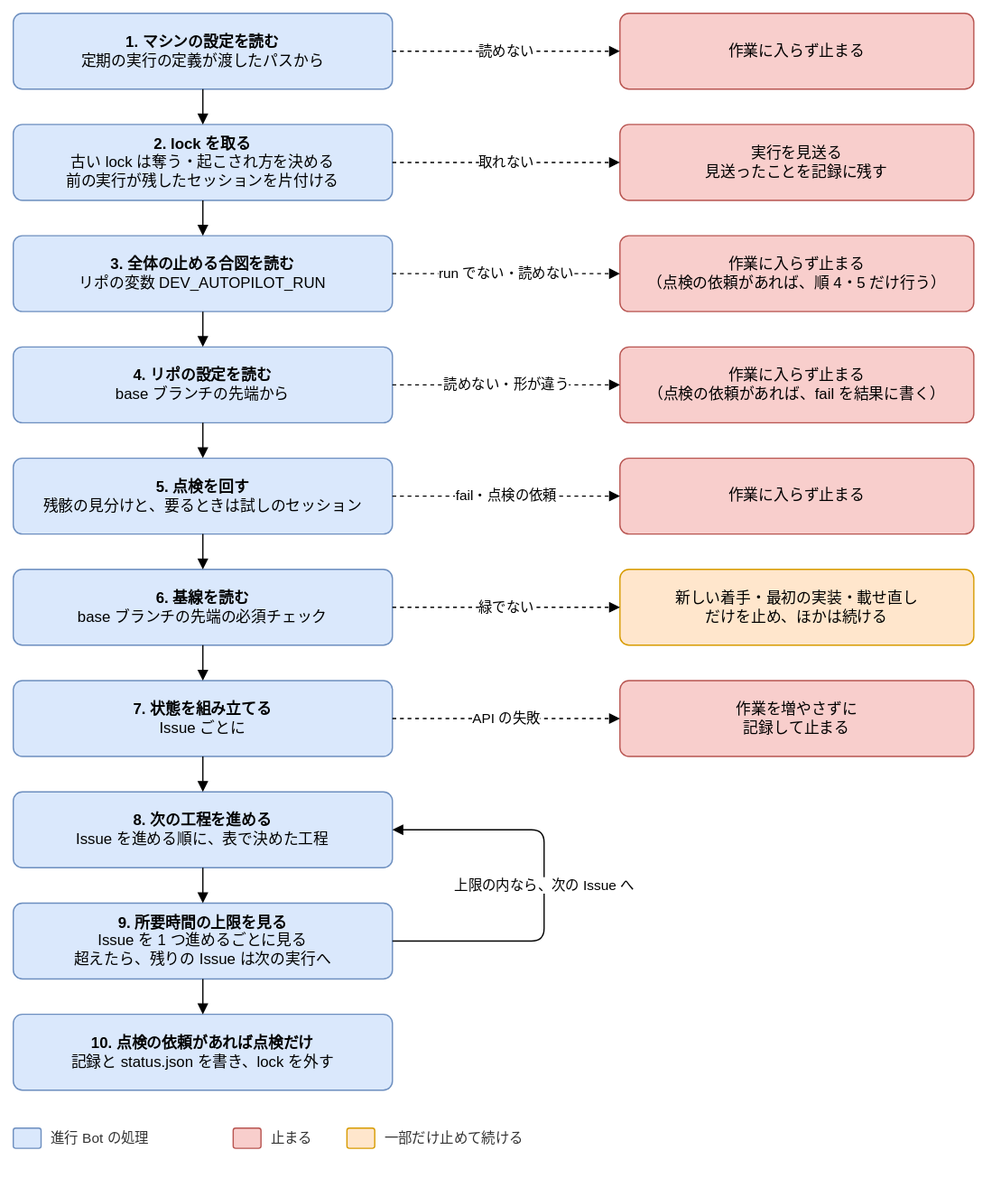
Above: docs/design/basic/diagrams/02-run-flow.drawio.svg in Joymerrevent/dev-autopilot (draw.io), before the change. Source tidied: cells renumbered, new cells last; positions are measured from the earlier drawing's top-left corner, leaving out a move shared by most shapes.
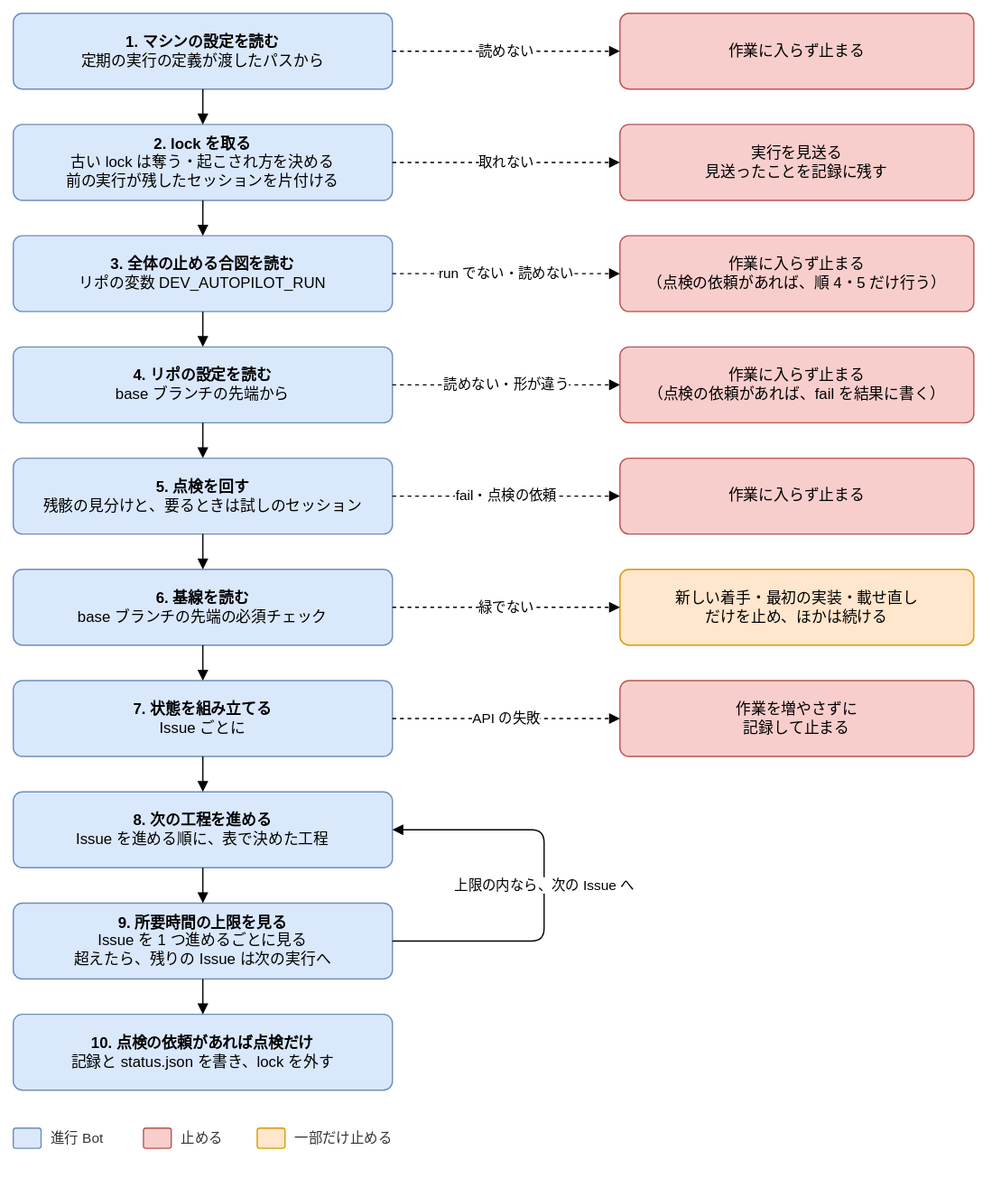
The same file after the commit.

What changed in the source:
```diff
@@ -101,31 +101,31 @@
     <mxCell id="34" style="edgeStyle=orthogonalEdgeStyle;rounded=1;html=1;endArrow=block;endFill=1;fontSize=11;labelBackgroundColor=#ffffff;exitX=0.5;exitY=1;exitDx=0;exitDy=0;entryX=0.5;entryY=0;entryDx=0;entryDy=0;" parent="1" edge="1" source="31" target="33">
       <mxGeometry relative="1" as="geometry" />
     </mxCell>
+    <mxCell id="41" value="上限の内なら、次の Issue へ" style="edgeStyle=orthogonalEdgeStyle;rounded=1;html=1;endArrow=block;endFill=1;fontSize=11;labelBackgroundColor=#ffffff;exitX=1;exitY=0.5;exitDx=0;exitDy=0;entryX=1;entryY=0.5;entryDx=0;entryDy=0;" parent="1" edge="1" source="31" target="29">
+      <mxGeometry relative="1" as="geometry">
+        <Array as="points">
+          <mxPoint x="420" y="734" />
+          <mxPoint x="420" y="646" />
+        </Array>
+      </mxGeometry>
+    </mxCell>
     <mxCell id="35" style="rounded=1;whiteSpace=wrap;html=1;fontSize=12;arcSize=12;spacing=12;fillColor=#dae8fc;strokeColor=#6c8ebf;" parent="1" vertex="1">
       <mxGeometry y="882" width="22" height="16" as="geometry" />
     </mxCell>
-    <mxCell id="36" value="進行 Bot の処理" style="text;html=1;align=left;verticalAlign=middle;fontSize=11;fontColor=#333333;" parent="1" vertex="1">
-      <mxGeometry x="28" y="880" width="130" height="20" as="geometry" />
+    <mxCell id="36" value="進行 Bot" style="text;html=1;align=left;verticalAlign=middle;fontSize=11;fontColor=#333333;" parent="1" vertex="1">
+      <mxGeometry x="28" y="880" width="59" height="20" as="geometry" />
     </mxCell>
     <mxCell id="37" style="rounded=1;whiteSpace=wrap;html=1;fontSize=12;arcSize=12;spacing=12;fillColor=#f8cecc;strokeColor=#b85450;" parent="1" vertex="1">
-      <mxGeometry x="174" y="882" width="22" height="16" as="geometry" />
+      <mxGeometry x="103" y="882" width="22" height="16" as="geometry" />
     </mxCell>
-    <mxCell id="38" value="止まる" style="text;html=1;align=left;verticalAlign=middle;fontSize=11;fontColor=#333333;" parent="1" vertex="1">
-      <mxGeometry x="202" y="880" width="46" height="20" as="geometry" />
+    <mxCell id="38" value="止める" style="text;html=1;align=left;verticalAlign=middle;fontSize=11;fontColor=#333333;" parent="1" vertex="1">
+      <mxGeometry x="131" y="880" width="46" height="20" as="geometry" />
     </mxCell>
     <mxCell id="39" style="rounded=1;whiteSpace=wrap;html=1;fontSize=12;arcSize=12;spacing=12;fillColor=#ffe6cc;strokeColor=#d79b00;" parent="1" vertex="1">
-      <mxGeometry x="264" y="882" width="22" height="16" as="geometry" />
+      <mxGeometry x="193" y="882" width="22" height="16" as="geometry" />
     </mxCell>
-    <mxCell id="40" value="一部だけ止めて続ける" style="text;html=1;align=left;verticalAlign=middle;fontSize=11;fontColor=#333333;" parent="1" vertex="1">
-      <mxGeometry x="292" y="880" width="130" height="20" as="geometry" />
+    <mxCell id="40" value="一部だけ止める" style="text;html=1;align=left;verticalAlign=middle;fontSize=11;fontColor=#333333;" parent="1" vertex="1">
+      <mxGeometry x="221" y="880" width="94" height="20" as="geometry" />
     </mxCell>
-    <mxCell id="41" value="上限の内なら、次の Issue へ" style="edgeStyle=orthogonalEdgeStyle;rounded=1;html=1;endArrow=block;endFill=1;fontSize=11;labelBackgroundColor=#ffffff;exitX=1;exitY=0.5;exitDx=0;exitDy=0;entryX=1;entryY=0.5;entryDx=0;entryDy=0;" parent="1" edge="1" source="31" target="29">
-      <mxGeometry relative="1" as="geometry">
-        <Array as="points">
-          <mxPoint x="420" y="734" />
-          <mxPoint x="420" y="646" />
-        </Array>
-      </mxGeometry>
-    </mxCell>
   </root>
 </mxGraphModel>
```
